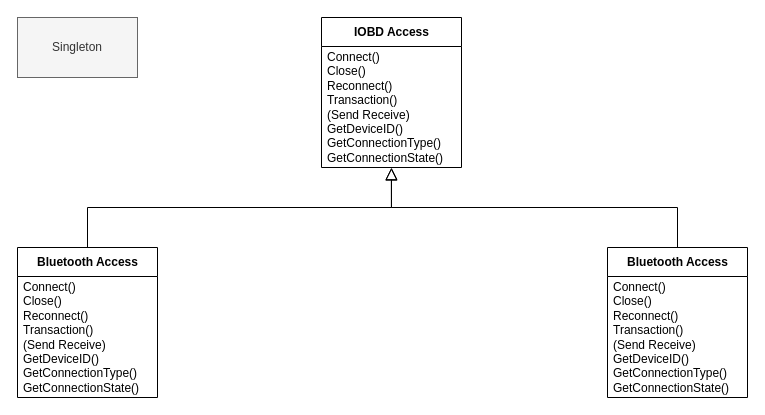
The draw.io diagram page "ObdAccess" (2 of 7) of Documentation/Fluffy dashboard architecture.drawio in avatarp/fluffy-dashboard, before the edit. Source tidied: cells renumbered, new cells numbered last; positions are measured from the earlier drawing's top-left corner, leaving out a move shared by most shapes. Both pictures are drawn from the tidied source at 100%, with x=0, y=0 at pixel (17, 17).
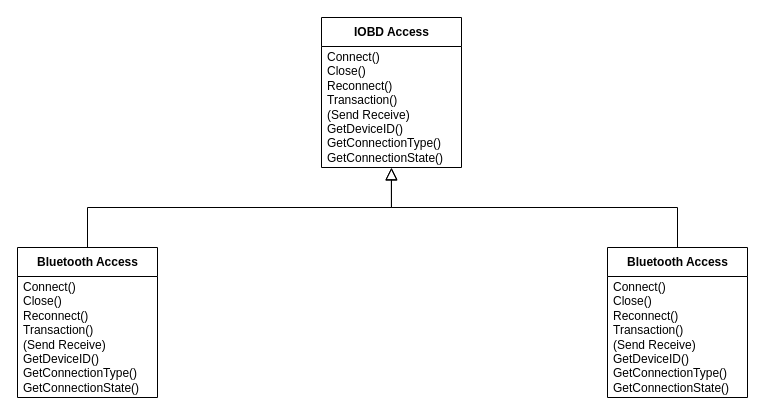
After the change.

Diff of the diagram source:
```diff
@@
 <mxGraphModel>
   <root>
     <mxCell id="0" />
     <mxCell id="1" parent="0" />
     <mxCell id="2" style="edgeStyle=orthogonalEdgeStyle;rounded=0;jettySize=auto;html=1;startArrow=block;startFill=0;endArrow=none;endFill=0;startSize=10;entryX=0.5;entryY=0;entryDx=0;entryDy=0;exitX=0.499;exitY=1.005;exitDx=0;exitDy=0;exitPerimeter=0;" parent="1" edge="1" source="5" target="8">
       <mxGeometry relative="1" as="geometry" />
     </mxCell>
     <mxCell id="3" style="edgeStyle=orthogonalEdgeStyle;rounded=0;jettySize=auto;html=1;startArrow=block;startFill=0;endArrow=none;endFill=0;startSize=10;entryX=0.5;entryY=0;entryDx=0;entryDy=0;exitX=0.5;exitY=1;exitDx=0;exitDy=0;exitPerimeter=0;" parent="1" edge="1" source="5" target="6">
       <mxGeometry relative="1" as="geometry" />
     </mxCell>
     <mxCell id="4" value="IOBD Access" style="swimlane;fontStyle=1;align=center;verticalAlign=middle;horizontal=1;startSize=29;html=1;" parent="1" vertex="1">
       <mxGeometry x="304" width="140" height="150" as="geometry" />
     </mxCell>
     <mxCell id="5" value="&lt;div&gt;&lt;span&gt;Connect()&lt;/span&gt;&lt;br&gt;&lt;/div&gt;&lt;div&gt;Close()&lt;/div&gt;&lt;div&gt;Reconnect()&lt;/div&gt;&lt;div&gt;Transaction()&lt;br&gt;&lt;/div&gt;&lt;div&gt;(Send Receive)&lt;br&gt;&lt;/div&gt;&lt;div&gt;GetDeviceID()&lt;/div&gt;&lt;div&gt;GetConnectionType()&lt;/div&gt;&lt;div&gt;GetConnectionState()&lt;/div&gt;" style="text;html=1;strokeColor=none;fillColor=none;align=left;verticalAlign=middle;spacingLeft=4;spacingRight=4;overflow=hidden;points=[[0,0.5],[1,0.5]];portConstraint=eastwest;" parent="4" vertex="1">
       <mxGeometry y="29" width="140" height="121" as="geometry" />
     </mxCell>
     <mxCell id="6" value="Bluetooth Access" style="swimlane;fontStyle=1;align=center;verticalAlign=middle;horizontal=1;startSize=29;html=1;" parent="1" vertex="1">
       <mxGeometry y="230" width="140" height="150" as="geometry" />
     </mxCell>
     <mxCell id="7" value="&lt;div&gt;&lt;span&gt;Connect()&lt;/span&gt;&lt;br&gt;&lt;/div&gt;&lt;div&gt;Close()&lt;/div&gt;&lt;div&gt;Reconnect()&lt;/div&gt;&lt;div&gt;Transaction()&lt;br&gt;&lt;/div&gt;&lt;div&gt;(Send Receive)&lt;br&gt;&lt;/div&gt;&lt;div&gt;GetDeviceID()&lt;/div&gt;&lt;div&gt;GetConnectionType()&lt;/div&gt;&lt;div&gt;GetConnectionState()&lt;/div&gt;" style="text;html=1;strokeColor=none;fillColor=none;align=left;verticalAlign=middle;spacingLeft=4;spacingRight=4;overflow=hidden;" parent="6" vertex="1">
       <mxGeometry y="29" width="140" height="121" as="geometry" />
     </mxCell>
     <mxCell id="8" value="Bluetooth Access" style="swimlane;fontStyle=1;align=center;verticalAlign=middle;horizontal=1;startSize=29;html=1;" parent="1" vertex="1">
       <mxGeometry x="590" y="230" width="140" height="150" as="geometry" />
     </mxCell>
     <mxCell id="9" value="&lt;div&gt;&lt;span&gt;Connect()&lt;/span&gt;&lt;br&gt;&lt;/div&gt;&lt;div&gt;Close()&lt;/div&gt;&lt;div&gt;Reconnect()&lt;/div&gt;&lt;div&gt;Transaction()&lt;br&gt;&lt;/div&gt;&lt;div&gt;(Send Receive)&lt;br&gt;&lt;/div&gt;&lt;div&gt;GetDeviceID()&lt;/div&gt;&lt;div&gt;GetConnectionType()&lt;/div&gt;&lt;div&gt;GetConnectionState()&lt;/div&gt;" style="text;html=1;strokeColor=none;fillColor=none;align=left;verticalAlign=middle;spacingLeft=4;spacingRight=4;overflow=hidden;" parent="8" vertex="1">
       <mxGeometry y="29" width="140" height="121" as="geometry" />
     </mxCell>
-    <mxCell id="10" value="Singleton" style="rounded=0;whiteSpace=wrap;html=1;fillColor=#f5f5f5;fontColor=#333333;strokeColor=#666666;" parent="1" vertex="1">
-      <mxGeometry width="120" height="60" as="geometry" />
-    </mxCell>
   </root>
 </mxGraphModel>
```
